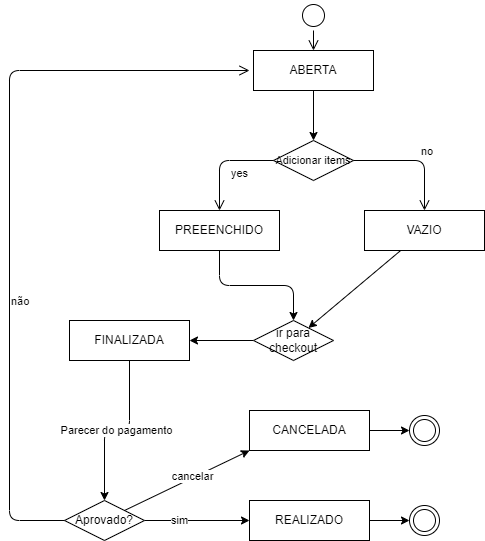
Earlier version of the draw.io export Images/diagramaEstado.png (JoelJonassi/An-lise-e-Modela-o-de-Software). Source tidied: cells renumbered, new cells last; positions are measured from the earlier drawing's top-left corner, leaving out a move shared by most shapes.
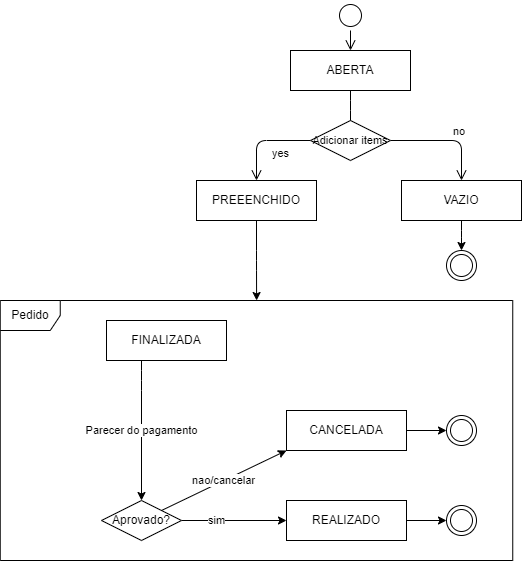
The same diagram one commit later.

Commit message:
diagrama de estado com legenda

What changed in the source:
```diff
@@ -11,61 +11,41 @@
     <mxCell id="4" style="edgeStyle=orthogonalEdgeStyle;html=1;verticalAlign=bottom;endArrow=open;endSize=8;" parent="1" edge="1" source="3" target="6">
       <mxGeometry relative="1" as="geometry" />
     </mxCell>
-    <mxCell id="5" style="edgeStyle=orthogonalEdgeStyle;jettySize=auto;html=1;" parent="1" edge="1" source="6">
-      <mxGeometry relative="1" as="geometry">
-        <mxPoint x="304" y="140" as="targetPoint" />
-      </mxGeometry>
-    </mxCell>
     <mxCell id="6" value="ABERTA" style="whiteSpace=wrap;html=1;arcSize=40;" parent="1" vertex="1">
       <mxGeometry x="244" y="50" width="120" height="40" as="geometry" />
     </mxCell>
-    <mxCell id="7" style="edgeStyle=none;jettySize=auto;html=1;" parent="1" edge="1" source="8" target="14">
-      <mxGeometry relative="1" as="geometry" />
-    </mxCell>
+    <mxCell id="28" style="edgeStyle=orthogonalEdgeStyle;curved=0;rounded=1;sketch=0;jettySize=auto;html=1;" parent="1" edge="1" source="8" target="32">
+      <mxGeometry relative="1" as="geometry" />
+    </mxCell>
     <mxCell id="8" value="VAZIO" style="whiteSpace=wrap;html=1;arcSize=40;" parent="1" vertex="1">
-      <mxGeometry x="355" y="210" width="120" height="40" as="geometry" />
+      <mxGeometry x="355" y="180" width="120" height="40" as="geometry" />
     </mxCell>
-    <mxCell id="9" style="edgeStyle=orthogonalEdgeStyle;jettySize=auto;html=1;" parent="1" edge="1" source="10" target="14">
-      <mxGeometry relative="1" as="geometry" />
-    </mxCell>
+    <mxCell id="29" style="edgeStyle=orthogonalEdgeStyle;curved=0;rounded=1;sketch=0;jettySize=auto;html=1;" parent="1" edge="1" source="10" target="30">
+      <mxGeometry relative="1" as="geometry" />
+    </mxCell>
     <mxCell id="10" value="PREEENCHIDO" style="whiteSpace=wrap;html=1;arcSize=40;" parent="1" vertex="1">
-      <mxGeometry x="150" y="210" width="120" height="40" as="geometry" />
+      <mxGeometry x="150" y="180" width="120" height="40" as="geometry" />
     </mxCell>
     <mxCell id="11" value="Parecer do pagamento" style="edgeStyle=orthogonalEdgeStyle;jettySize=auto;html=1;entryX=0.5;entryY=0;entryDx=0;entryDy=0;" parent="1" edge="1" source="12" target="18">
-      <mxGeometry relative="1" as="geometry" />
+      <mxGeometry relative="1" as="geometry">
+        <Array as="points">
+          <mxPoint x="95" y="380" />
+          <mxPoint x="95" y="380" />
+        </Array>
+      </mxGeometry>
     </mxCell>
     <mxCell id="12" value="FINALIZADA" style="whiteSpace=wrap;html=1;arcSize=40;" parent="1" vertex="1">
       <mxGeometry x="60" y="320" width="120" height="40" as="geometry" />
     </mxCell>
-    <mxCell id="13" style="edgeStyle=none;jettySize=auto;html=1;" parent="1" edge="1" source="14" target="12">
-      <mxGeometry relative="1" as="geometry" />
-    </mxCell>
-    <mxCell id="14" value="ir para checkout" style="rhombus;whiteSpace=wrap;html=1;" parent="1" vertex="1">
-      <mxGeometry x="244" y="320" width="80" height="40" as="geometry" />
-    </mxCell>
     <mxCell id="15" value="sim" style="edgeStyle=orthogonalEdgeStyle;jettySize=auto;html=1;" parent="1" edge="1" source="18" target="21">
       <mxGeometry x="-0.33" relative="1" as="geometry" />
     </mxCell>
-    <mxCell id="16" style="jettySize=auto;html=1;exitX=1;exitY=0;exitDx=0;exitDy=0;entryX=0;entryY=1;entryDx=0;entryDy=0;" parent="1" edge="1" source="18" target="23">
+    <mxCell id="16" value="nao/cancelar" style="jettySize=auto;html=1;exitX=1;exitY=0;exitDx=0;exitDy=0;entryX=0;entryY=1;entryDx=0;entryDy=0;" parent="1" edge="1" source="18" target="23">
       <mxGeometry relative="1" as="geometry" />
     </mxCell>
-    <mxCell id="17" value="cancelar" style="edgeLabel;html=1;align=center;verticalAlign=middle;" parent="16" vertex="1">
-      <mxGeometry x="0.41" relative="1" as="geometry">
-        <mxPoint x="-21" y="8" as="offset" />
-      </mxGeometry>
-    </mxCell>
     <mxCell id="18" value="Aprovado?" style="rhombus;whiteSpace=wrap;html=1;" parent="1" vertex="1">
       <mxGeometry x="55" y="500" width="80" height="40" as="geometry" />
     </mxCell>
-    <mxCell id="19" value="não" style="edgeStyle=orthogonalEdgeStyle;html=1;align=left;verticalAlign=bottom;endArrow=open;endSize=8;" parent="1" edge="1" source="18">
-      <mxGeometry x="-0.29" relative="1" as="geometry">
-        <mxPoint x="240" y="70" as="targetPoint" />
-        <Array as="points">
-          <mxPoint y="520" />
-          <mxPoint y="70" />
-        </Array>
-      </mxGeometry>
-    </mxCell>
     <mxCell id="20" style="edgeStyle=orthogonalEdgeStyle;jettySize=auto;html=1;" parent="1" edge="1" source="21" target="2">
       <mxGeometry relative="1" as="geometry" />
     </mxCell>
@@ -81,18 +61,27 @@
     <mxCell id="24" style="ellipse;html=1;shape=endState;" parent="1" vertex="1">
       <mxGeometry x="400" y="415" width="30" height="30" as="geometry" />
     </mxCell>
-    <mxCell id="25" value="Adicionar items" style="rhombus;whiteSpace=wrap;html=1;fontSize=11;endArrow=classic;" parent="1" vertex="1">
-      <mxGeometry x="264" y="140" width="80" height="40" as="geometry" />
-    </mxCell>
     <mxCell id="26" value="no" style="edgeStyle=orthogonalEdgeStyle;html=1;align=left;verticalAlign=bottom;endArrow=open;endSize=8;entryX=0.5;entryY=0;entryDx=0;entryDy=0;strokeWidth=1;" parent="1" edge="1" source="25" target="8">
       <mxGeometry x="0.09" relative="1" as="geometry" />
     </mxCell>
     <mxCell id="27" value="yes" style="edgeStyle=orthogonalEdgeStyle;html=1;align=left;verticalAlign=top;endArrow=open;endSize=8;" parent="1" edge="1" source="25" target="10">
       <mxGeometry x="-0.15" relative="1" as="geometry">
         <Array as="points">
-          <mxPoint x="210" y="160" />
+          <mxPoint x="210" y="140" />
         </Array>
       </mxGeometry>
     </mxCell>
+    <mxCell id="30" value="Pedido" style="shape=umlFrame;whiteSpace=wrap;html=1;rounded=0;sketch=0;" parent="1" vertex="1">
+      <mxGeometry x="-46.2" y="300" width="512.5" height="260" as="geometry" />
+    </mxCell>
+    <mxCell id="25" value="Adicionar items" style="rhombus;whiteSpace=wrap;html=1;fontSize=11;endArrow=classic;" parent="1" vertex="1">
+      <mxGeometry x="264" y="120" width="80" height="40" as="geometry" />
+    </mxCell>
+    <mxCell id="31" style="edgeStyle=orthogonalEdgeStyle;jettySize=auto;html=1;endArrow=none;" parent="1" edge="1" source="6" target="25">
+      <mxGeometry relative="1" as="geometry" />
+    </mxCell>
+    <mxCell id="32" style="ellipse;html=1;shape=endState;rounded=0;sketch=0;" parent="1" vertex="1">
+      <mxGeometry x="400" y="250" width="30" height="30" as="geometry" />
+    </mxCell>
   </root>
 </mxGraphModel>
```
